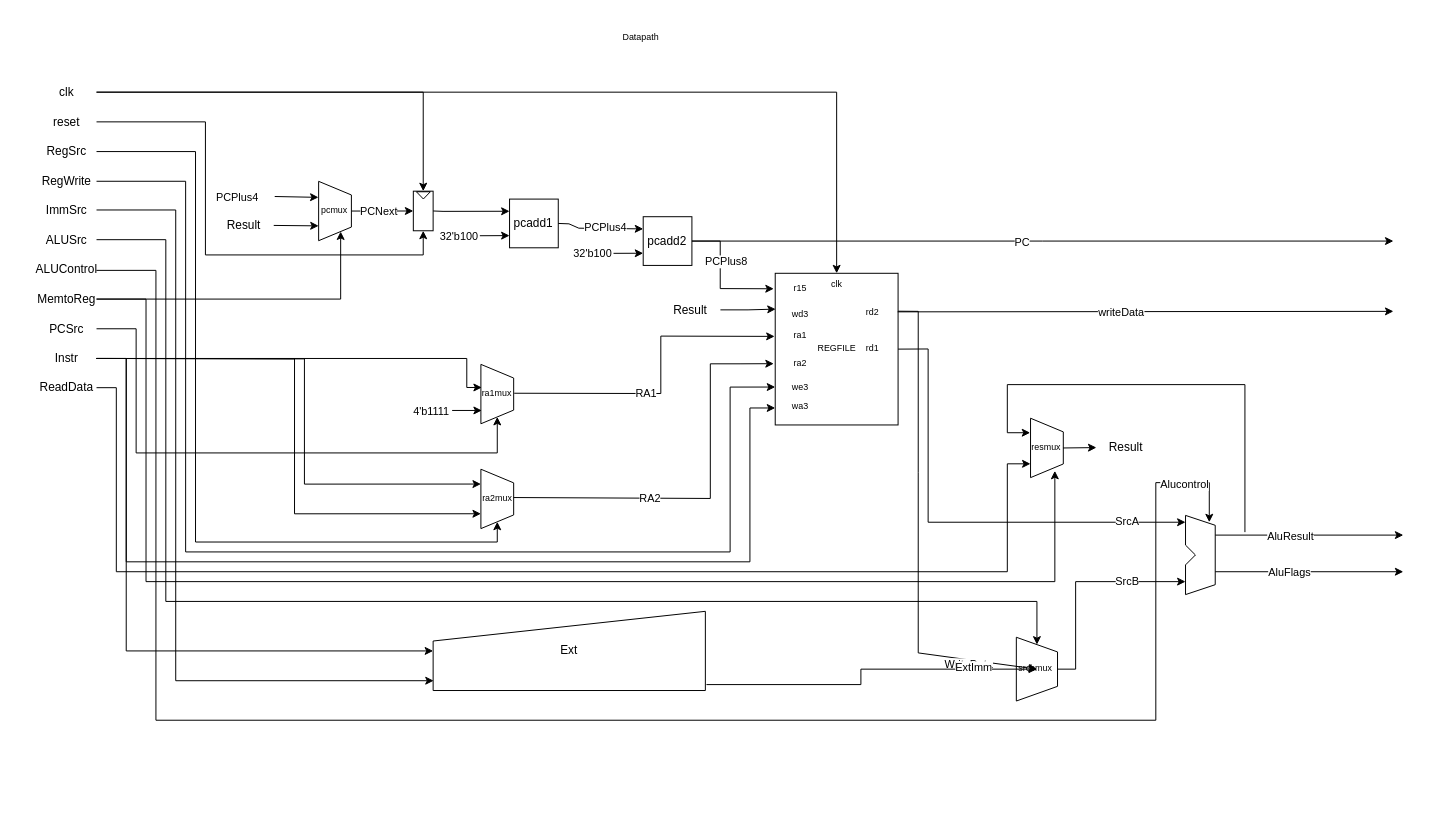
Before: page "Datapath" (1 of 4) of ARM Single.drawio in pgpsouza/ARM_single.sv-hardware-schematic-, a draw.io diagram. Source tidied: cells renumbered, new cells numbered last; positions are measured from the earlier drawing's top-left corner, leaving out a move shared by most shapes. Both pictures are drawn from the tidied source at 99%, with x=0, y=0 at pixel (37, 27).
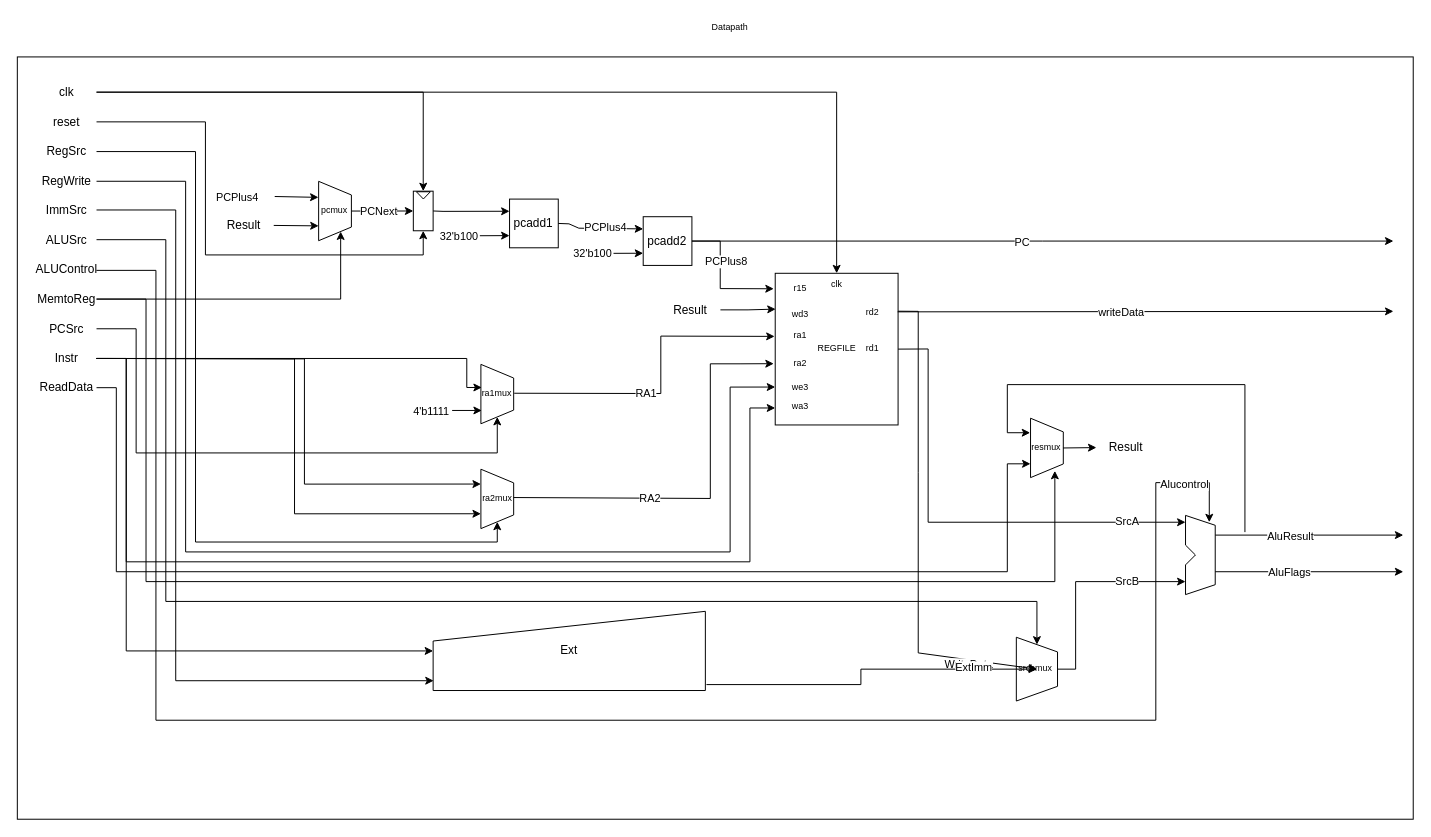
The same diagram, later.

Change to the diagram source:
```diff
@@
     <mxCell id="30" value="Datapath" style="text;html=1;align=center;verticalAlign=middle;whiteSpace=wrap;rounded=0;fontSize=9;" parent="1" vertex="1">
-      <mxGeometry x="585" width="50.2" height="19" as="geometry" />
+      <mxGeometry x="675" y="-10" width="50.2" height="19" as="geometry" />
     </mxCell>
@@
+    <mxCell id="107" style="rounded=0;whiteSpace=wrap;html=1;fillColor=none;" parent="1" vertex="1">
+      <mxGeometry x="-20" y="30" width="1410" height="770" as="geometry" />
+    </mxCell>
```
